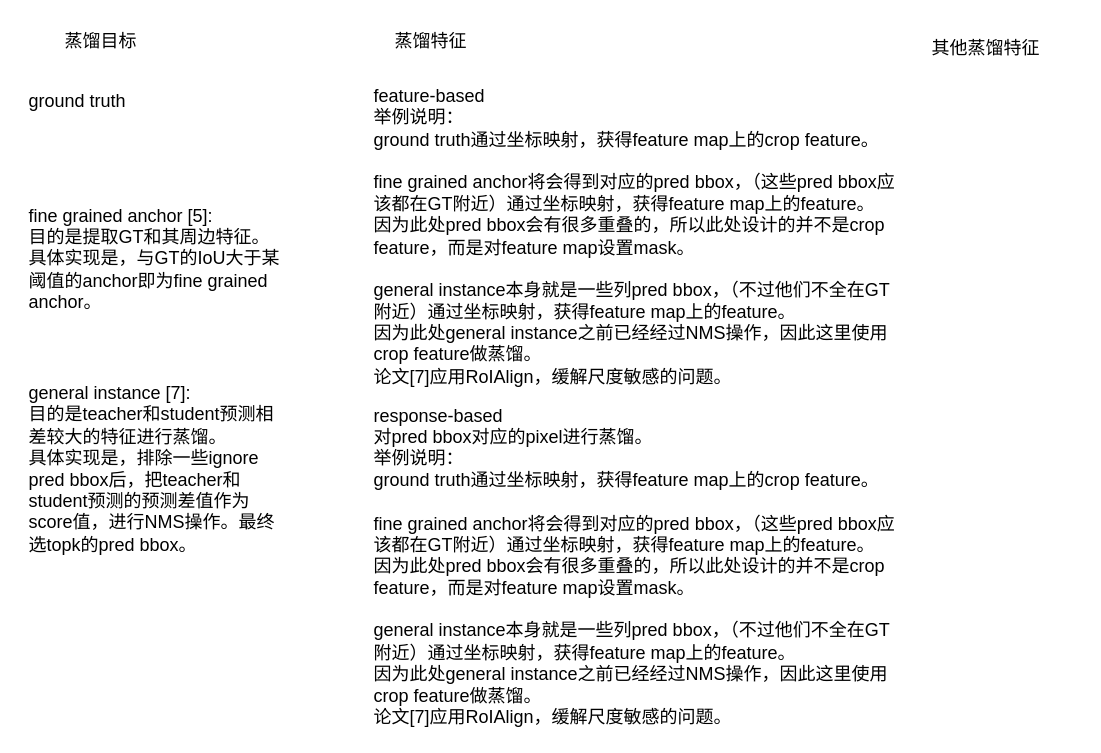
Earlier version of the draw.io diagram kd_总结.drawio (wennieWN/UML). Source tidied: cells renumbered, new cells numbered last; positions are measured from the earlier drawing's top-left corner, leaving out a move shared by most shapes. Both pictures are drawn from the tidied source at 150%, with x=0, y=0 at pixel (26, 26).
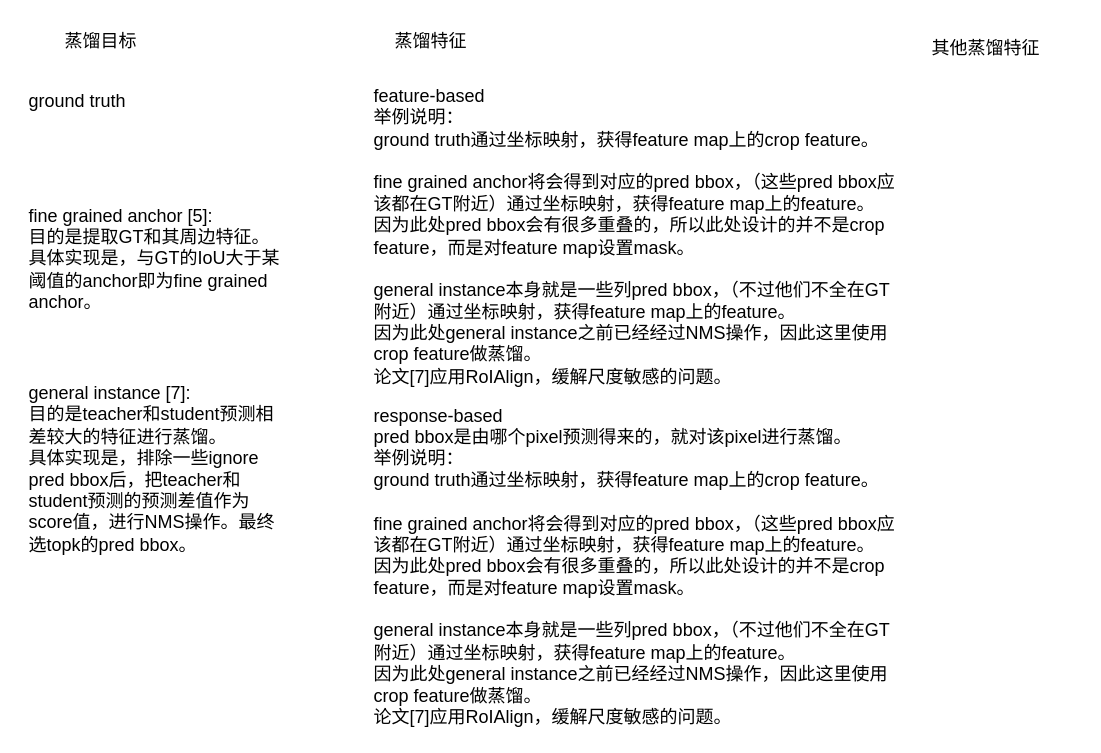
Above is the later version.

The edit, as a diff of the source:
```diff
@@
 <mxGraphModel>
   <root>
     <mxCell id="0" />
     <mxCell id="1" parent="0" />
     <mxCell id="2" value="蒸馏目标" style="text;html=1;strokeColor=none;fillColor=none;align=center;verticalAlign=middle;whiteSpace=wrap;rounded=0;" parent="1" vertex="1">
       <mxGeometry width="100" height="20" as="geometry" />
     </mxCell>
     <mxCell id="3" value="蒸馏特征" style="text;html=1;strokeColor=none;fillColor=none;align=center;verticalAlign=middle;whiteSpace=wrap;rounded=0;" parent="1" vertex="1">
       <mxGeometry x="220" width="100" height="20" as="geometry" />
     </mxCell>
     <mxCell id="4" value="其他蒸馏特征" style="text;html=1;strokeColor=none;fillColor=none;align=center;verticalAlign=middle;whiteSpace=wrap;rounded=0;" parent="1" vertex="1">
       <mxGeometry x="580" width="120" height="30" as="geometry" />
     </mxCell>
     <mxCell id="5" value="ground truth" style="text;html=1;strokeColor=none;fillColor=none;align=left;verticalAlign=middle;whiteSpace=wrap;rounded=0;" parent="1" vertex="1">
       <mxGeometry y="40" width="100" height="20" as="geometry" />
     </mxCell>
     <mxCell id="6" value="feature-based&lt;br&gt;举例说明：&lt;br&gt;ground truth通过坐标映射，获得feature map上的crop feature。&lt;br&gt;&lt;br&gt;fine grained anchor将会得到对应的pred bbox，（这些pred bbox应该都在GT附近）通过坐标映射，获得feature map上的feature。&lt;br&gt;因为此处pred bbox会有很多重叠的，所以此处设计的并不是crop feature，而是对feature map设置mask。&lt;br&gt;&lt;br&gt;general instance本身就是一些列pred bbox，（不过他们不全在GT附近）通过坐标映射，获得feature map上的feature。&lt;br&gt;因为此处general instance之前已经经过NMS操作，因此这里使用crop feature做蒸馏。&lt;br&gt;论文[7]应用RoIAlign，缓解尺度敏感的问题。" style="text;html=1;strokeColor=none;fillColor=none;align=left;verticalAlign=middle;whiteSpace=wrap;rounded=0;" parent="1" vertex="1">
       <mxGeometry x="230" y="40" width="350" height="200" as="geometry" />
     </mxCell>
     <mxCell id="7" value="fine grained anchor [5]:&lt;br&gt;目的是提取GT和其周边特征。具体实现是，与GT的IoU大于某阈值的anchor即为fine grained anchor。" style="text;html=1;strokeColor=none;fillColor=none;align=left;verticalAlign=middle;whiteSpace=wrap;rounded=0;" parent="1" vertex="1">
       <mxGeometry y="100" width="170" height="110" as="geometry" />
     </mxCell>
     <mxCell id="8" value="general instance [7]:&lt;br&gt;目的是teacher和student预测相差较大的特征进行蒸馏。&lt;br&gt;具体实现是，排除一些ignore pred bbox后，把teacher和student预测的预测差值作为score值，进行NMS操作。最终选topk的pred bbox。" style="text;html=1;strokeColor=none;fillColor=none;align=left;verticalAlign=middle;whiteSpace=wrap;rounded=0;" parent="1" vertex="1">
       <mxGeometry y="240" width="170" height="110" as="geometry" />
     </mxCell>
-    <mxCell id="9" value="response-based&lt;br&gt;对pred bbox对应的pixel进行蒸馏。&lt;br&gt;举例说明：&lt;br&gt;ground truth通过坐标映射，获得feature map上的crop feature。&lt;br&gt;&lt;br&gt;fine grained anchor将会得到对应的pred bbox，（这些pred bbox应该都在GT附近）通过坐标映射，获得feature map上的feature。&lt;br&gt;因为此处pred bbox会有很多重叠的，所以此处设计的并不是crop feature，而是对feature map设置mask。&lt;br&gt;&lt;br&gt;general instance本身就是一些列pred bbox，（不过他们不全在GT附近）通过坐标映射，获得feature map上的feature。&lt;br&gt;因为此处general instance之前已经经过NMS操作，因此这里使用crop feature做蒸馏。&lt;br&gt;论文[7]应用RoIAlign，缓解尺度敏感的问题。" style="text;html=1;strokeColor=none;fillColor=none;align=left;verticalAlign=middle;whiteSpace=wrap;rounded=0;" parent="1" vertex="1">
+    <mxCell id="9" value="response-based&lt;br&gt;pred bbox是由哪个pixel预测得来的，就对该pixel进行蒸馏。&lt;br&gt;举例说明：&lt;br&gt;ground truth通过坐标映射，获得feature map上的crop feature。&lt;br&gt;&lt;br&gt;fine grained anchor将会得到对应的pred bbox，（这些pred bbox应该都在GT附近）通过坐标映射，获得feature map上的feature。&lt;br&gt;因为此处pred bbox会有很多重叠的，所以此处设计的并不是crop feature，而是对feature map设置mask。&lt;br&gt;&lt;br&gt;general instance本身就是一些列pred bbox，（不过他们不全在GT附近）通过坐标映射，获得feature map上的feature。&lt;br&gt;因为此处general instance之前已经经过NMS操作，因此这里使用crop feature做蒸馏。&lt;br&gt;论文[7]应用RoIAlign，缓解尺度敏感的问题。" style="text;html=1;strokeColor=none;fillColor=none;align=left;verticalAlign=middle;whiteSpace=wrap;rounded=0;" parent="1" vertex="1">
       <mxGeometry x="230" y="260" width="350" height="200" as="geometry" />
     </mxCell>
   </root>
 </mxGraphModel>
```
